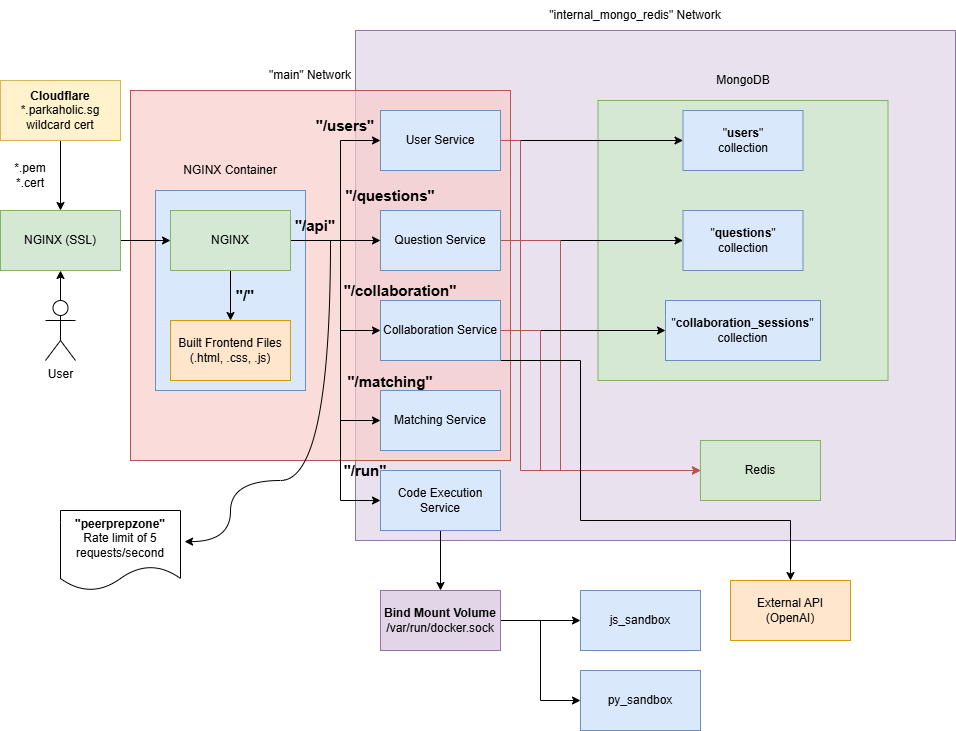
Vatinius/cs3219-ay2526s1-project-g05 keeps this draw.io diagram as docs/Deployment Diagram.drawio.png. Above is the earlier version. Source tidied: cells renumbered, new cells last; positions are measured from the earlier drawing's top-left corner, leaving out a move shared by most shapes.
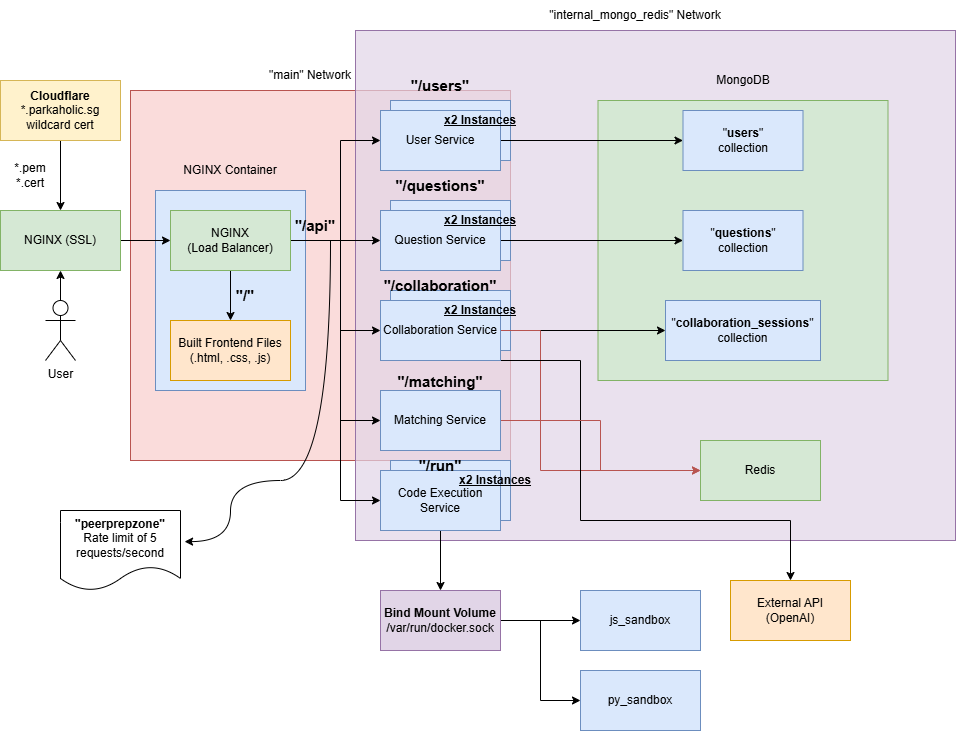
The same diagram one commit later.

What changed in the source:
```diff
@@ -2,12 +2,24 @@
   <root>
     <mxCell id="0" />
     <mxCell id="1" parent="0" />
+    <mxCell id="3" style="rounded=0;whiteSpace=wrap;html=1;fillColor=#f8cecc;fillStyle=solid;strokeColor=#b85450;fillOpacity=70;" parent="1" vertex="1">
+      <mxGeometry x="130" y="90" width="380" height="370" as="geometry" />
+    </mxCell>
     <mxCell id="2" style="rounded=0;whiteSpace=wrap;html=1;fillColor=#e1d5e7;fillStyle=solid;strokeColor=#9673a6;gradientColor=none;fillOpacity=70;" parent="1" vertex="1">
       <mxGeometry x="355" y="30" width="600" height="510" as="geometry" />
     </mxCell>
-    <mxCell id="3" style="rounded=0;whiteSpace=wrap;html=1;fillColor=#f8cecc;fillStyle=solid;strokeColor=#b85450;fillOpacity=70;" parent="1" vertex="1">
-      <mxGeometry x="130" y="90" width="380" height="370" as="geometry" />
-    </mxCell>
+    <mxCell id="57" style="rounded=0;whiteSpace=wrap;html=1;fillColor=#dae8fc;strokeColor=#6c8ebf;" parent="1" vertex="1">
+      <mxGeometry x="390" y="460" width="120" height="60" as="geometry" />
+    </mxCell>
+    <mxCell id="58" style="rounded=0;whiteSpace=wrap;html=1;fillColor=#dae8fc;strokeColor=#6c8ebf;" parent="1" vertex="1">
+      <mxGeometry x="390" y="290" width="120" height="60" as="geometry" />
+    </mxCell>
+    <mxCell id="59" value="Question Service" style="rounded=0;whiteSpace=wrap;html=1;fillColor=#dae8fc;strokeColor=#6c8ebf;" parent="1" vertex="1">
+      <mxGeometry x="390" y="200" width="120" height="60" as="geometry" />
+    </mxCell>
+    <mxCell id="60" style="rounded=0;whiteSpace=wrap;html=1;fillColor=#dae8fc;strokeColor=#6c8ebf;" parent="1" vertex="1">
+      <mxGeometry x="390" y="100" width="120" height="60" as="geometry" />
+    </mxCell>
     <mxCell id="4" style="rounded=0;whiteSpace=wrap;html=1;fillColor=#dae8fc;fillStyle=solid;strokeColor=#6c8ebf;" parent="1" vertex="1">
       <mxGeometry x="155" y="190" width="150" height="200" as="geometry" />
     </mxCell>
@@ -55,7 +67,7 @@
         </Array>
       </mxGeometry>
     </mxCell>
-    <mxCell id="13" value="NGINX" style="rounded=0;whiteSpace=wrap;html=1;fillColor=#d5e8d4;strokeColor=#82b366;" parent="1" vertex="1">
+    <mxCell id="13" value="NGINX&lt;div&gt;(Load Balancer)&lt;/div&gt;" style="rounded=0;whiteSpace=wrap;html=1;fillColor=#d5e8d4;strokeColor=#82b366;" parent="1" vertex="1">
       <mxGeometry x="170" y="210" width="120" height="60" as="geometry" />
     </mxCell>
     <mxCell id="14" value="Built Frontend Files&lt;br&gt;(.html, .css, .js)" style="rounded=0;whiteSpace=wrap;html=1;fillColor=#ffe6cc;strokeColor=#d79b00;" parent="1" vertex="1">
@@ -75,28 +87,12 @@
     <mxCell id="18" style="edgeStyle=orthogonalEdgeStyle;rounded=0;jettySize=auto;html=1;entryX=0;entryY=0.5;entryDx=0;entryDy=0;" parent="1" edge="1" source="20" target="30">
       <mxGeometry relative="1" as="geometry" />
     </mxCell>
-    <mxCell id="19" style="edgeStyle=orthogonalEdgeStyle;rounded=0;jettySize=auto;html=1;entryX=0;entryY=0.5;entryDx=0;entryDy=0;fillColor=#f8cecc;strokeColor=#b85450;" parent="1" edge="1" source="20" target="5">
-      <mxGeometry relative="1" as="geometry">
-        <Array as="points">
-          <mxPoint x="520" y="140" />
-          <mxPoint x="520" y="470" />
-        </Array>
-      </mxGeometry>
-    </mxCell>
     <mxCell id="20" value="User Service" style="rounded=0;whiteSpace=wrap;html=1;fillColor=#dae8fc;strokeColor=#6c8ebf;" parent="1" vertex="1">
       <mxGeometry x="380" y="110" width="120" height="60" as="geometry" />
     </mxCell>
     <mxCell id="21" style="edgeStyle=orthogonalEdgeStyle;rounded=0;jettySize=auto;html=1;" parent="1" edge="1" source="23" target="32">
       <mxGeometry relative="1" as="geometry" />
     </mxCell>
-    <mxCell id="22" style="edgeStyle=orthogonalEdgeStyle;rounded=0;jettySize=auto;html=1;entryX=0;entryY=0.5;entryDx=0;entryDy=0;fillColor=#f8cecc;strokeColor=#b85450;" parent="1" edge="1" source="23" target="5">
-      <mxGeometry relative="1" as="geometry">
-        <Array as="points">
-          <mxPoint x="560" y="240" />
-          <mxPoint x="560" y="470" />
-        </Array>
-      </mxGeometry>
-    </mxCell>
     <mxCell id="23" value="Question Service" style="rounded=0;whiteSpace=wrap;html=1;fillColor=#dae8fc;strokeColor=#6c8ebf;" parent="1" vertex="1">
       <mxGeometry x="380" y="210" width="120" height="60" as="geometry" />
     </mxCell>
@@ -123,6 +119,9 @@
     <mxCell id="27" value="Collaboration Service" style="rounded=0;whiteSpace=wrap;html=1;fillColor=#dae8fc;strokeColor=#6c8ebf;" parent="1" vertex="1">
       <mxGeometry x="380" y="300" width="120" height="60" as="geometry" />
     </mxCell>
+    <mxCell id="61" style="edgeStyle=orthogonalEdgeStyle;rounded=0;jettySize=auto;html=1;entryX=0;entryY=0.5;entryDx=0;entryDy=0;fillColor=#f8cecc;strokeColor=#b85450;" parent="1" edge="1" source="28" target="5">
+      <mxGeometry relative="1" as="geometry" />
+    </mxCell>
     <mxCell id="28" value="Matching Service" style="rounded=0;whiteSpace=wrap;html=1;fillColor=#dae8fc;strokeColor=#6c8ebf;" parent="1" vertex="1">
       <mxGeometry x="380" y="390" width="120" height="60" as="geometry" />
     </mxCell>
@@ -181,19 +180,16 @@
       <mxGeometry x="300" y="210" width="30" height="30" as="geometry" />
     </mxCell>
     <mxCell id="45" value="&lt;b&gt;&lt;font style=&quot;font-size: 15px;&quot;&gt;&quot;/users&quot;&lt;/font&gt;&lt;/b&gt;&lt;span style=&quot;color: rgba(0, 0, 0, 0); font-family: monospace; font-size: 0px; text-align: start; text-wrap-mode: nowrap;&quot;&gt;%3CmxGraphModel%3E%3Croot%3E%3CmxCell%20id%3D%220%22%2F%3E%3CmxCell%20id%3D%221%22%20parent%3D%220%22%2F%3E%3CmxCell%20id%3D%222%22%20value%3D%22%26quot%3Bmain%26quot%3B%20Network%22%20style%3D%22text%3Bhtml%3D1%3BwhiteSpace%3Dwrap%3BstrokeColor%3Dnone%3BfillColor%3Dnone%3Balign%3Dcenter%3BverticalAlign%3Dmiddle%3Brounded%3D0%3B%22%20vertex%3D%221%22%20parent%3D%221%22%3E%3CmxGeometry%20x%3D%22310%22%20y%3D%22110%22%20width%3D%22140%22%20height%3D%2230%22%20as%3D%22geometry%22%2F%3E%3C%2FmxCell%3E%3C%2Froot%3E%3C%2FmxGraphModel%3E&lt;/span&gt;" style="text;html=1;whiteSpace=wrap;strokeColor=none;fillColor=none;align=center;verticalAlign=middle;rounded=0;" parent="1" vertex="1">
-      <mxGeometry x="330" y="110" width="30" height="30" as="geometry" />
+      <mxGeometry x="425" y="70" width="30" height="30" as="geometry" />
     </mxCell>
-    <mxCell id="46" value="&lt;span style=&quot;font-size: 15px;&quot;&gt;&lt;b&gt;&quot;/collaboration&quot;&lt;/b&gt;&lt;/span&gt;" style="text;html=1;whiteSpace=wrap;strokeColor=none;fillColor=none;align=center;verticalAlign=middle;rounded=0;" parent="1" vertex="1">
-      <mxGeometry x="340" y="275" width="120" height="30" as="geometry" />
-    </mxCell>
     <mxCell id="47" value="&lt;span style=&quot;font-size: 15px;&quot;&gt;&lt;b&gt;&quot;/matching&quot;&lt;/b&gt;&lt;/span&gt;" style="text;html=1;whiteSpace=wrap;strokeColor=none;fillColor=none;align=center;verticalAlign=middle;rounded=0;" parent="1" vertex="1">
-      <mxGeometry x="330" y="366" width="120" height="30" as="geometry" />
+      <mxGeometry x="380" y="366" width="120" height="30" as="geometry" />
     </mxCell>
     <mxCell id="48" value="&lt;span style=&quot;font-size: 15px;&quot;&gt;&lt;b&gt;&quot;/run&quot;&lt;/b&gt;&lt;/span&gt;" style="text;html=1;whiteSpace=wrap;strokeColor=none;fillColor=none;align=center;verticalAlign=middle;rounded=0;" parent="1" vertex="1">
-      <mxGeometry x="305" y="455" width="120" height="30" as="geometry" />
+      <mxGeometry x="380" y="450" width="120" height="30" as="geometry" />
     </mxCell>
     <mxCell id="49" value="&lt;span style=&quot;font-size: 15px;&quot;&gt;&lt;b&gt;&quot;/questions&quot;&lt;/b&gt;&lt;/span&gt;" style="text;html=1;whiteSpace=wrap;strokeColor=none;fillColor=none;align=center;verticalAlign=middle;rounded=0;" parent="1" vertex="1">
-      <mxGeometry x="330" y="180" width="120" height="30" as="geometry" />
+      <mxGeometry x="380" y="170" width="120" height="30" as="geometry" />
     </mxCell>
     <mxCell id="50" style="edgeStyle=orthogonalEdgeStyle;rounded=0;jettySize=auto;html=1;" parent="1" edge="1" source="52">
       <mxGeometry relative="1" as="geometry">
@@ -218,5 +214,20 @@
     <mxCell id="56" value="&lt;b&gt;&quot;peerprepzone&quot;&lt;/b&gt;&lt;div&gt;Rate limit of 5 requests/second&lt;/div&gt;" style="shape=document;whiteSpace=wrap;html=1;boundedLbl=1;" parent="1" vertex="1">
       <mxGeometry x="60" y="510" width="120" height="80" as="geometry" />
     </mxCell>
+    <mxCell id="62" value="&lt;b&gt;&lt;u&gt;&lt;font&gt;x2 Instances&lt;/font&gt;&lt;/u&gt;&lt;/b&gt;" style="text;html=1;whiteSpace=wrap;strokeColor=none;fillColor=none;align=center;verticalAlign=middle;rounded=0;" parent="1" vertex="1">
+      <mxGeometry x="440" y="110" width="80" height="20" as="geometry" />
+    </mxCell>
+    <mxCell id="63" value="&lt;b&gt;&lt;u&gt;&lt;font&gt;x2 Instances&lt;/font&gt;&lt;/u&gt;&lt;/b&gt;" style="text;html=1;whiteSpace=wrap;strokeColor=none;fillColor=none;align=center;verticalAlign=middle;rounded=0;" parent="1" vertex="1">
+      <mxGeometry x="440" y="210" width="80" height="20" as="geometry" />
+    </mxCell>
+    <mxCell id="64" value="&lt;b&gt;&lt;u&gt;&lt;font&gt;x2 Instances&lt;/font&gt;&lt;/u&gt;&lt;/b&gt;" style="text;html=1;whiteSpace=wrap;strokeColor=none;fillColor=none;align=center;verticalAlign=middle;rounded=0;" parent="1" vertex="1">
+      <mxGeometry x="440" y="300" width="80" height="20" as="geometry" />
+    </mxCell>
+    <mxCell id="46" value="&lt;span style=&quot;font-size: 15px;&quot;&gt;&lt;b&gt;&quot;/collaboration&quot;&lt;/b&gt;&lt;/span&gt;" style="text;html=1;whiteSpace=wrap;strokeColor=none;fillColor=none;align=center;verticalAlign=middle;rounded=0;" parent="1" vertex="1">
+      <mxGeometry x="380" y="270" width="120" height="30" as="geometry" />
+    </mxCell>
+    <mxCell id="65" value="&lt;b&gt;&lt;u&gt;&lt;font&gt;x2 Instances&lt;/font&gt;&lt;/u&gt;&lt;/b&gt;" style="text;html=1;whiteSpace=wrap;strokeColor=none;fillColor=none;align=center;verticalAlign=middle;rounded=0;" parent="1" vertex="1">
+      <mxGeometry x="455" y="470" width="80" height="20" as="geometry" />
+    </mxCell>
   </root>
 </mxGraphModel>
```
